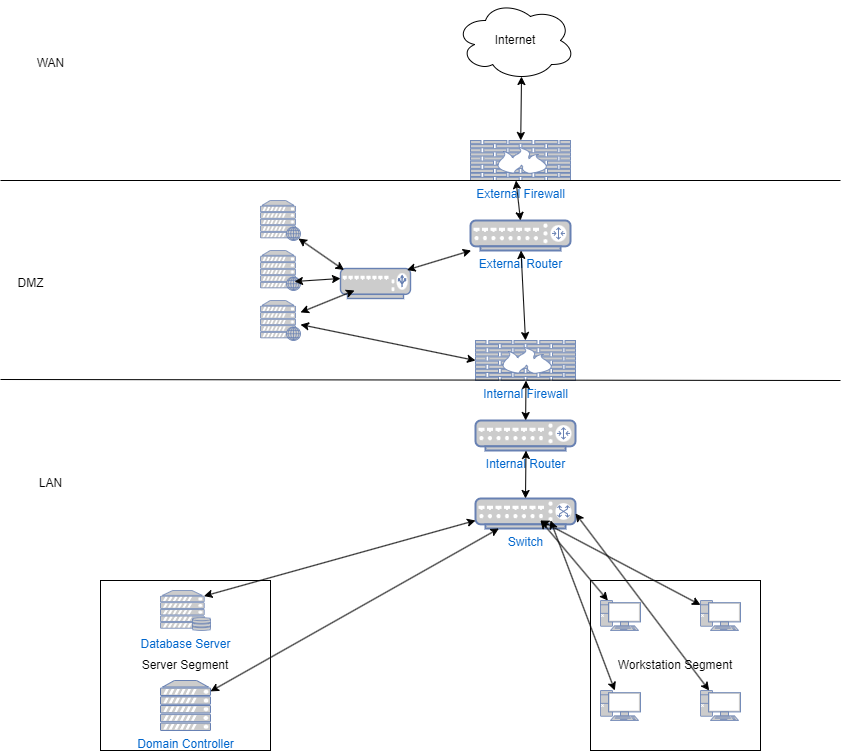
Above: secure network design.drawio.png in owen-rich/Network-Security (draw.io), before the change. Source tidied: cells renumbered, new cells last; positions are measured from the earlier drawing's top-left corner, leaving out a move shared by most shapes.
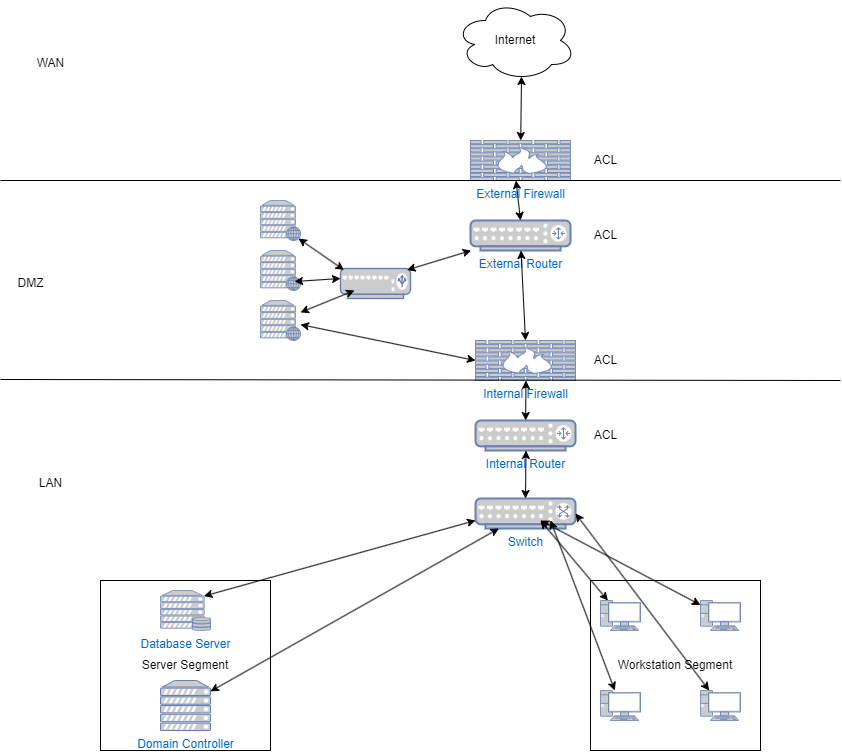
After the change.

Change to the diagram source:
```diff
@@ -143,5 +143,17 @@
     <mxCell id="40" style="endArrow=classic;startArrow=classic;html=1;rounded=0;" parent="1" edge="1" source="39" target="13">
       <mxGeometry relative="1" as="geometry" />
     </mxCell>
+    <mxCell id="41" value="ACL" style="text;html=1;align=center;verticalAlign=middle;strokeColor=none;fillColor=none;" parent="1" vertex="1">
+      <mxGeometry x="580" y="145" width="50" height="30" as="geometry" />
+    </mxCell>
+    <mxCell id="42" value="ACL" style="text;html=1;align=center;verticalAlign=middle;strokeColor=none;fillColor=none;" parent="1" vertex="1">
+      <mxGeometry x="580" y="220" width="50" height="30" as="geometry" />
+    </mxCell>
+    <mxCell id="43" value="ACL" style="text;html=1;align=center;verticalAlign=middle;strokeColor=none;fillColor=none;" parent="1" vertex="1">
+      <mxGeometry x="580" y="420" width="50" height="30" as="geometry" />
+    </mxCell>
+    <mxCell id="44" value="ACL" style="text;html=1;align=center;verticalAlign=middle;strokeColor=none;fillColor=none;" parent="1" vertex="1">
+      <mxGeometry x="580" y="345" width="50" height="30" as="geometry" />
+    </mxCell>
   </root>
 </mxGraphModel>
```
